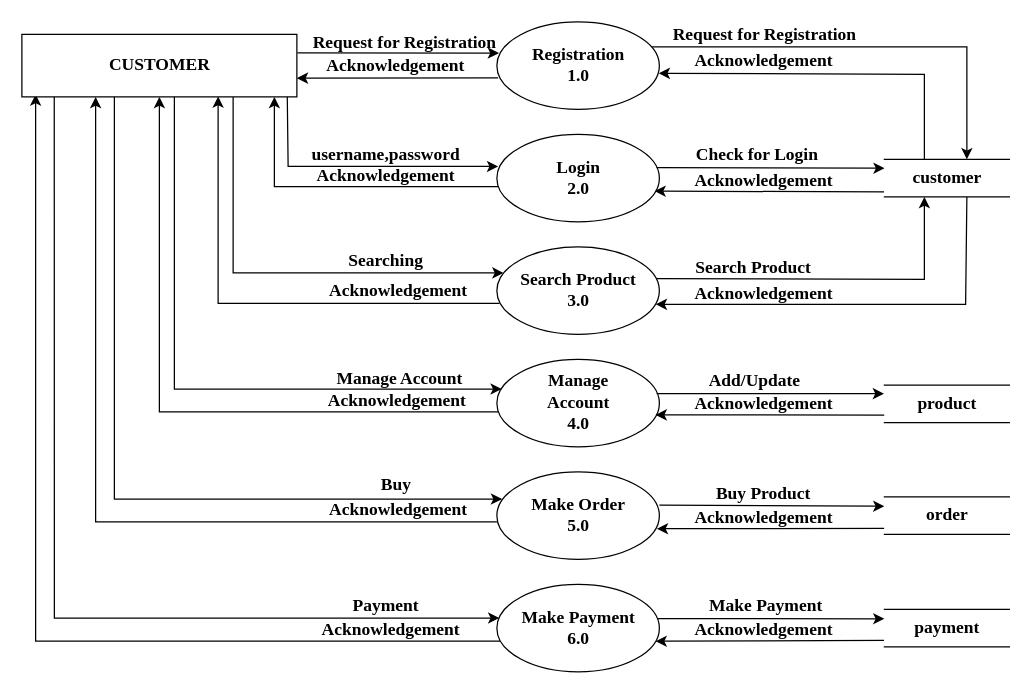
Before: New/L1_customer.drawio in Rajdeep31/Diagrams, a draw.io diagram. Source tidied: cells renumbered, new cells numbered last; positions are measured from the earlier drawing's top-left corner, leaving out a move shared by most shapes. Both pictures are drawn from the tidied source at 125%, with x=0, y=0 at pixel (21, 21).
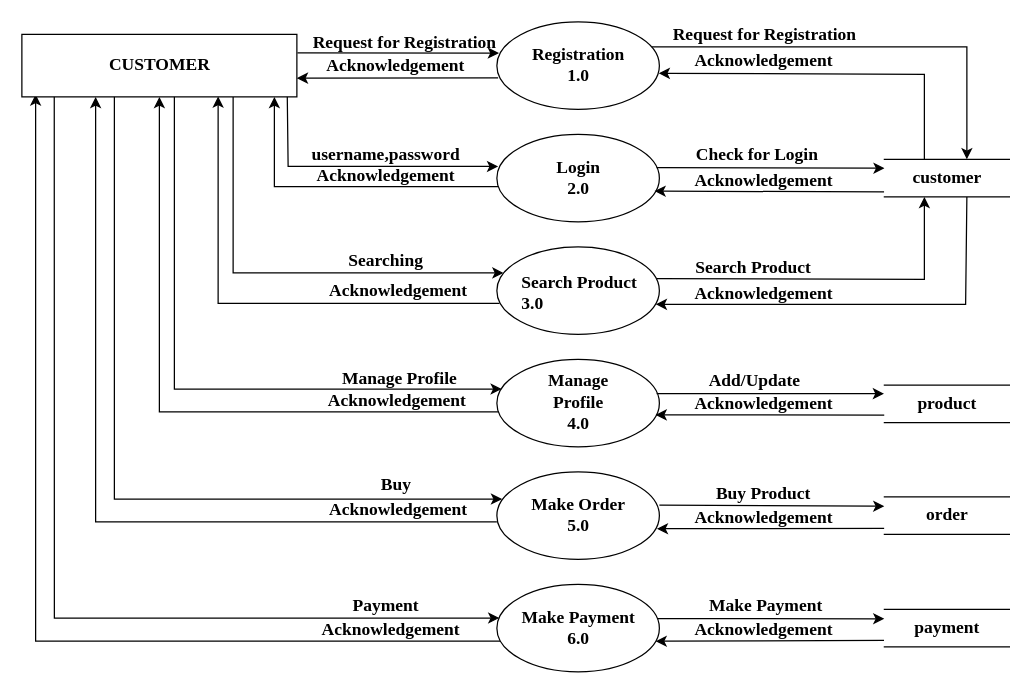
The same page after the edit.

The edit, as a diff of the source:
```diff
@@
-    <mxCell id="6" value="Search Product&lt;br style=&quot;font-size: 14px;&quot;&gt;3.0" style="shape=ellipse;html=1;dashed=0;whitespace=wrap;perimeter=ellipsePerimeter;labelBackgroundColor=#FFFFFF;fontSize=14;fontColor=#000000;strokeColor=#000000;fillColor=#FFFFFF;fontStyle=1;fontFamily=Times New Roman;" parent="1" vertex="1">
+    <mxCell id="6" style="shape=ellipse;html=1;dashed=0;whitespace=wrap;perimeter=ellipsePerimeter;labelBackgroundColor=#FFFFFF;fontSize=14;fontColor=#000000;strokeColor=#000000;fillColor=#FFFFFF;fontStyle=1;fontFamily=Times New Roman;" parent="1" vertex="1">
       <mxGeometry x="380" y="180" width="130" height="70" as="geometry" />
     </mxCell>
@@
-    <mxCell id="8" value="Manage&lt;br style=&quot;font-size: 14px;&quot;&gt;Account&lt;br style=&quot;font-size: 14px;&quot;&gt;4.0" style="shape=ellipse;html=1;dashed=0;whitespace=wrap;perimeter=ellipsePerimeter;labelBackgroundColor=#FFFFFF;fontSize=14;fontColor=#000000;strokeColor=#000000;fillColor=#FFFFFF;fontStyle=1;fontFamily=Times New Roman;" parent="1" vertex="1">
+    <mxCell id="8" value="Manage&lt;br style=&quot;font-size: 14px&quot;&gt;Profile&lt;br style=&quot;font-size: 14px&quot;&gt;4.0" style="shape=ellipse;html=1;dashed=0;whitespace=wrap;perimeter=ellipsePerimeter;labelBackgroundColor=#FFFFFF;fontSize=14;fontColor=#000000;strokeColor=#000000;fillColor=#FFFFFF;fontStyle=1;fontFamily=Times New Roman;" parent="1" vertex="1">
       <mxGeometry x="380" y="270" width="130" height="70" as="geometry" />
     </mxCell>
@@
-    <mxCell id="55" value="&lt;b style=&quot;font-size: 14px;&quot;&gt;&lt;font style=&quot;font-size: 14px;&quot; color=&quot;#000000&quot;&gt;Manage Account&lt;/font&gt;&lt;/b&gt;" style="text;html=1;align=center;verticalAlign=middle;strokeColor=none;fillColor=none;fontFamily=Times New Roman;fontSize=14;" parent="1" vertex="1">
-      <mxGeometry x="246" y="275" width="111" height="21" as="geometry" />
+    <mxCell id="55" value="&lt;b style=&quot;font-size: 14px&quot;&gt;&lt;font style=&quot;font-size: 14px&quot; color=&quot;#000000&quot;&gt;Manage Profile&lt;/font&gt;&lt;/b&gt;" style="text;html=1;align=center;verticalAlign=middle;strokeColor=none;fillColor=none;fontFamily=Times New Roman;fontSize=14;" parent="1" vertex="1">
+      <mxGeometry x="251" y="275" width="102" height="21" as="geometry" />
     </mxCell>
@@
+    <mxCell id="61" value="&lt;span style=&quot;color: rgb(0, 0, 0); font-family: &amp;quot;times new roman&amp;quot;; font-size: 14px; font-style: normal; font-weight: 700; letter-spacing: normal; text-align: center; text-indent: 0px; text-transform: none; word-spacing: 0px; background-color: rgb(255, 255, 255); display: inline; float: none;&quot;&gt;Search Product&lt;/span&gt;&lt;br style=&quot;color: rgb(0, 0, 0); font-family: &amp;quot;times new roman&amp;quot;; font-size: 14px; font-style: normal; font-weight: 700; letter-spacing: normal; text-align: center; text-indent: 0px; text-transform: none; word-spacing: 0px;&quot;&gt;&lt;span style=&quot;color: rgb(0, 0, 0); font-family: &amp;quot;times new roman&amp;quot;; font-size: 14px; font-style: normal; font-weight: 700; letter-spacing: normal; text-align: center; text-indent: 0px; text-transform: none; word-spacing: 0px; background-color: rgb(255, 255, 255); display: inline; float: none;&quot;&gt;3.0&lt;/span&gt;" style="text;whiteSpace=wrap;html=1;" parent="1" vertex="1">
+      <mxGeometry x="398" y="194" width="112" height="42" as="geometry" />
+    </mxCell>
```
